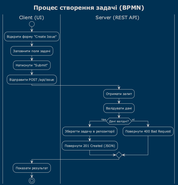
Before: UML/bpmn_create_issue.png, a diagram exported from PlantUML (trubchinin/jira-light).
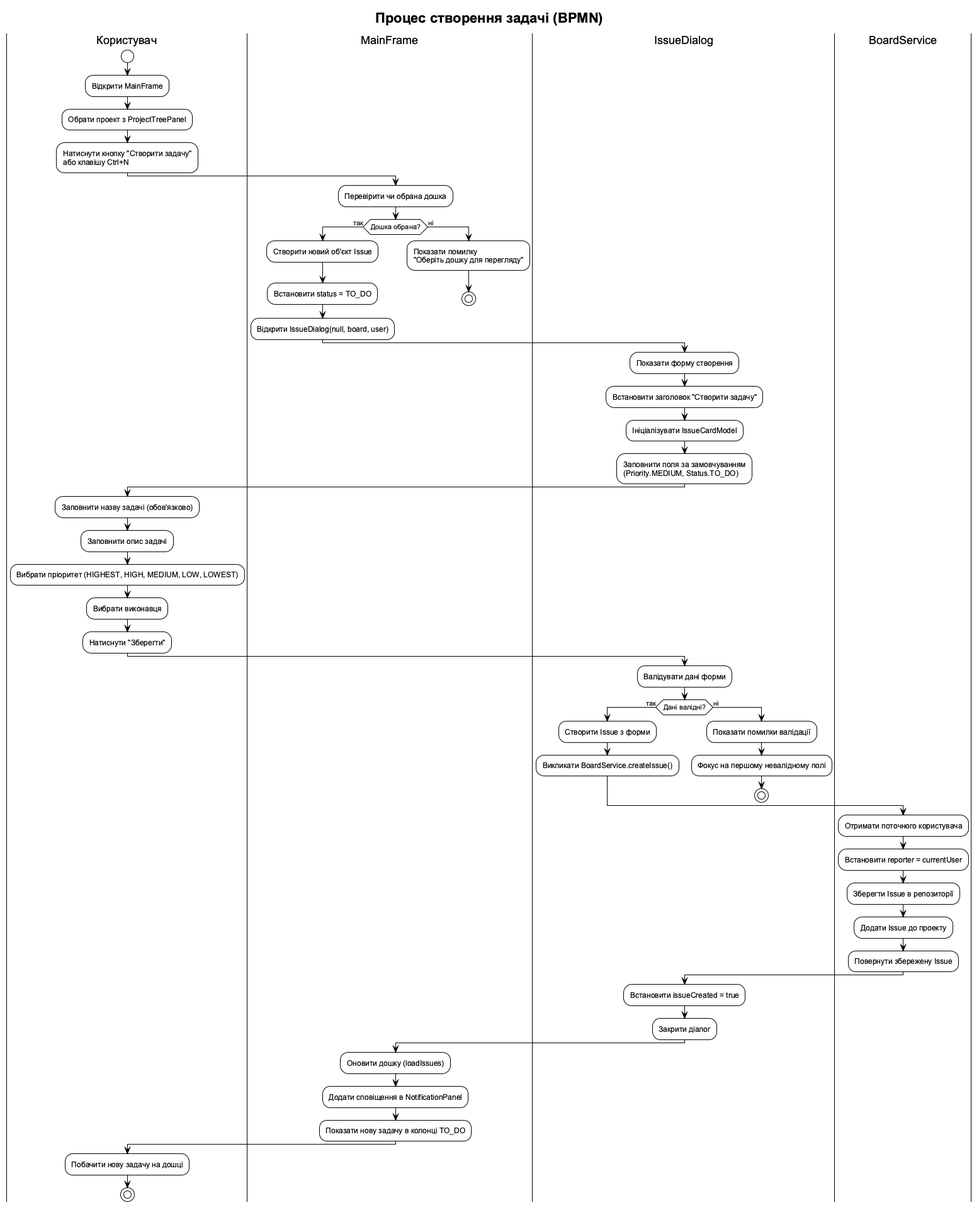
The same diagram one commit later.

Commit message:
Виправлено UML діаграми відповідно до фактичної структури проекту

Diff of the diagram source:
```diff
@@ -1,27 +1,69 @@
 @startuml bpmn_create_issue
-!theme blueprint
+!theme plain
+skinparam backgroundColor white
+skinparam defaultFontName Arial
 
 title Процес створення задачі (BPMN)
 
-|Client (UI)|
+|Користувач|
 start
-:Відкрити форму "Create Issue";
-:Заповнити поля задачі;
-:Натиснути "Submit";
-:Відправити POST /api/issue;
+:Відкрити MainFrame;
+:Обрати проект з ProjectTreePanel;
+:Натиснути кнопку "Створити задачу"\nабо клавішу Ctrl+N;
 
-|Server (REST API)|
-:Отримати запит;
-:Валідувати дані;
-if (Дані валідні?) then (так)
-  :Зберегти задачу в репозиторії;
-  :Повернути 201 Created (JSON);
+|MainFrame|
+:Перевірити чи обрана дошка;
+if (Дошка обрана?) then (так)
+  :Створити новий об'єкт Issue;
+  :Встановити status = TO_DO;
+  :Відкрити IssueDialog(null, board, user);
 else (ні)
-  :Повернути 400 Bad Request;
+  :Показати помилку\n"Оберіть дошку для перегляду";
+  stop
 endif
 
-|Client (UI)|
-:Показати результат;
+|IssueDialog|
+:Показати форму створення;
+:Встановити заголовок "Створити задачу";
+:Ініціалізувати IssueCardModel;
+:Заповнити поля за замовчуванням\n(Priority.MEDIUM, Status.TO_DO);
+
+|Користувач|
+:Заповнити назву задачі (обов'язково);
+:Заповнити опис задачі;
+:Вибрати пріоритет (HIGHEST, HIGH, MEDIUM, LOW, LOWEST);
+:Вибрати виконавця;
+:Натиснути "Зберегти";
+
+|IssueDialog|
+:Валідувати дані форми;
+if (Дані валідні?) then (так)
+  :Створити Issue з форми;
+  :Викликати BoardService.createIssue();
+else (ні)
+  :Показати помилки валідації;
+  :Фокус на першому невалідному полі;
+  stop
+endif
+
+|BoardService|
+:Отримати поточного користувача;
+:Встановити reporter = currentUser;
+:Зберегти Issue в репозиторії;
+:Додати Issue до проекту;
+:Повернути збережену Issue;
+
+|IssueDialog|
+:Встановити issueCreated = true;
+:Закрити діалог;
+
+|MainFrame|
+:Оновити дошку (loadIssues);
+:Додати сповіщення в NotificationPanel;
+:Показати нову задачу в колонці TO_DO;
+
+|Користувач|
+:Побачити нову задачу на дошці;
 stop
 
 @enduml
```
